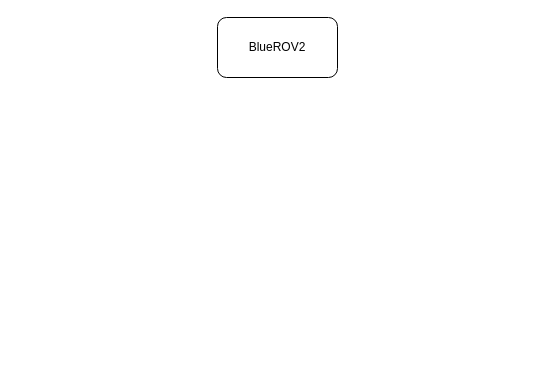
Above: sitl.drawio in SAABmarine-MEX/saabmarineMEX_learning (draw.io), before the change. Source tidied: cells renumbered, new cells numbered last; positions are measured from the earlier drawing's top-left corner, leaving out a move shared by most shapes. Both pictures are drawn from the tidied source at 100%, with x=0, y=0 at pixel (217, 17).
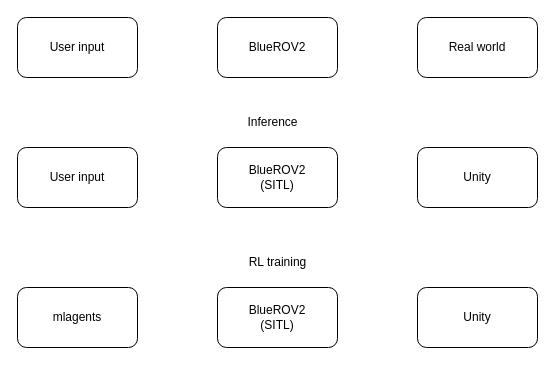
Above is the later version.

The edit, as a diff of the source:
```diff
@@
 <mxGraphModel>
   <root>
     <mxCell id="0" />
     <mxCell id="1" parent="0" />
     <mxCell id="2" value="BlueROV2" style="rounded=1;whiteSpace=wrap;html=1;" parent="1" vertex="1">
       <mxGeometry width="120" height="60" as="geometry" />
     </mxCell>
+    <mxCell id="3" value="User input" style="rounded=1;whiteSpace=wrap;html=1;" parent="1" vertex="1">
+      <mxGeometry x="-200" width="120" height="60" as="geometry" />
+    </mxCell>
+    <mxCell id="4" value="Real world" style="rounded=1;whiteSpace=wrap;html=1;" parent="1" vertex="1">
+      <mxGeometry x="200" width="120" height="60" as="geometry" />
+    </mxCell>
+    <mxCell id="5" value="&lt;div&gt;BlueROV2&lt;br&gt;(SITL)&lt;/div&gt;" style="rounded=1;whiteSpace=wrap;html=1;" parent="1" vertex="1">
+      <mxGeometry y="130" width="120" height="60" as="geometry" />
+    </mxCell>
+    <mxCell id="6" value="User input" style="rounded=1;whiteSpace=wrap;html=1;" parent="1" vertex="1">
+      <mxGeometry x="-200" y="130" width="120" height="60" as="geometry" />
+    </mxCell>
+    <mxCell id="7" value="Unity" style="rounded=1;whiteSpace=wrap;html=1;" parent="1" vertex="1">
+      <mxGeometry x="200" y="130" width="120" height="60" as="geometry" />
+    </mxCell>
+    <mxCell id="8" value="&lt;div&gt;BlueROV2&lt;br&gt;(SITL)&lt;/div&gt;" style="rounded=1;whiteSpace=wrap;html=1;" parent="1" vertex="1">
+      <mxGeometry y="270" width="120" height="60" as="geometry" />
+    </mxCell>
+    <mxCell id="9" value="mlagents" style="rounded=1;whiteSpace=wrap;html=1;" parent="1" vertex="1">
+      <mxGeometry x="-200" y="270" width="120" height="60" as="geometry" />
+    </mxCell>
+    <mxCell id="10" value="Unity" style="rounded=1;whiteSpace=wrap;html=1;" parent="1" vertex="1">
+      <mxGeometry x="200" y="270" width="120" height="60" as="geometry" />
+    </mxCell>
+    <mxCell id="11" value="RL training" style="text;html=1;align=center;verticalAlign=middle;strokeColor=none;fillColor=none;" parent="1" vertex="1">
+      <mxGeometry x="20" y="230" width="80" height="30" as="geometry" />
+    </mxCell>
+    <mxCell id="12" value="Inference" style="text;html=1;align=center;verticalAlign=middle;strokeColor=none;fillColor=none;" parent="1" vertex="1">
+      <mxGeometry x="20" y="90" width="70" height="30" as="geometry" />
+    </mxCell>
   </root>
 </mxGraphModel>
```
